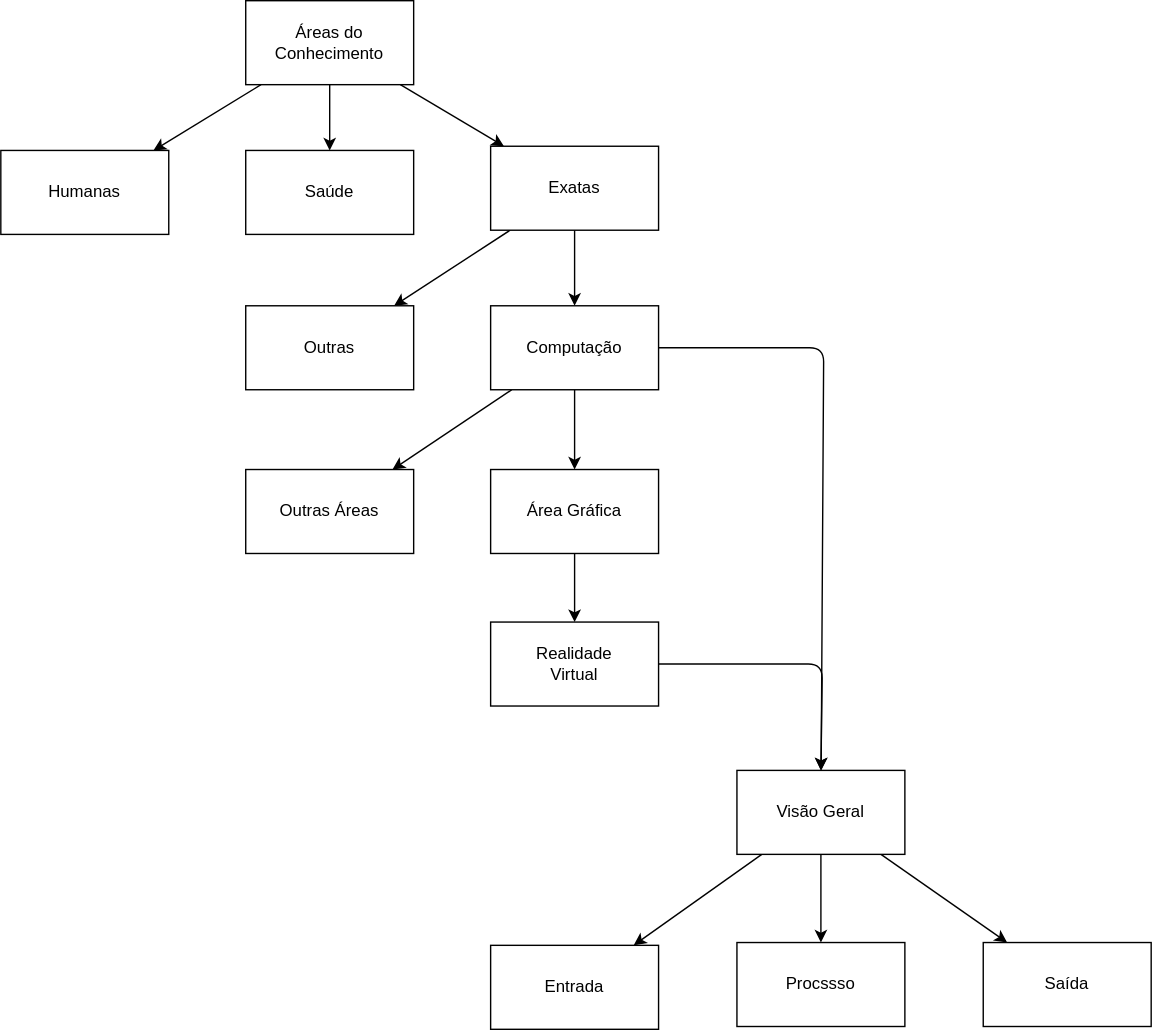
This is InteracaoMini/Mapa.drawio.svg from dalton-reis/cursoFFM, a draw.io export, as it was before one commit. Source tidied: cells renumbered, new cells last; positions are measured from the earlier drawing's top-left corner, leaving out a move shared by most shapes. Source of this version:
```xml
<mxGraphModel>
  <root>
    <mxCell id="0" />
    <mxCell id="1" parent="0" />
    <mxCell id="2" style="edgeStyle=none;html=1;" parent="1" edge="1" source="5" target="6">
      <mxGeometry relative="1" as="geometry" />
    </mxCell>
    <mxCell id="3" style="edgeStyle=none;html=1;" parent="1" edge="1" source="5" target="7">
      <mxGeometry relative="1" as="geometry" />
    </mxCell>
    <mxCell id="4" style="edgeStyle=none;html=1;" parent="1" edge="1" source="5" target="10">
      <mxGeometry relative="1" as="geometry" />
    </mxCell>
    <mxCell id="5" value="Áreas do&lt;br&gt;Conhecimento" style="whiteSpace=wrap;html=1;" parent="1" vertex="1">
      <mxGeometry x="175" width="120" height="60" as="geometry" />
    </mxCell>
    <mxCell id="6" value="Humanas" style="whiteSpace=wrap;html=1;" parent="1" vertex="1">
      <mxGeometry y="107" width="120" height="60" as="geometry" />
    </mxCell>
    <mxCell id="7" value="Saúde" style="whiteSpace=wrap;html=1;" parent="1" vertex="1">
      <mxGeometry x="175" y="107" width="120" height="60" as="geometry" />
    </mxCell>
    <mxCell id="8" style="edgeStyle=none;html=1;" parent="1" edge="1" source="10" target="14">
      <mxGeometry relative="1" as="geometry" />
    </mxCell>
    <mxCell id="9" style="edgeStyle=none;html=1;" parent="1" edge="1" source="10" target="15">
      <mxGeometry relative="1" as="geometry" />
    </mxCell>
    <mxCell id="10" value="Exatas" style="whiteSpace=wrap;html=1;" parent="1" vertex="1">
      <mxGeometry x="350" y="104" width="120" height="60" as="geometry" />
    </mxCell>
    <mxCell id="11" style="edgeStyle=none;html=1;" parent="1" edge="1" source="14" target="17">
      <mxGeometry relative="1" as="geometry" />
    </mxCell>
    <mxCell id="12" style="edgeStyle=none;html=1;" parent="1" edge="1" source="14" target="18">
      <mxGeometry relative="1" as="geometry" />
    </mxCell>
    <mxCell id="13" style="edgeStyle=none;html=1;exitX=1;exitY=0.5;exitDx=0;exitDy=0;" parent="1" edge="1" source="14" target="24">
      <mxGeometry relative="1" as="geometry">
        <Array as="points">
          <mxPoint x="588" y="248" />
        </Array>
      </mxGeometry>
    </mxCell>
    <mxCell id="14" value="Computação" style="whiteSpace=wrap;html=1;" parent="1" vertex="1">
      <mxGeometry x="350" y="218" width="120" height="60" as="geometry" />
    </mxCell>
    <mxCell id="15" value="Outras" style="whiteSpace=wrap;html=1;" parent="1" vertex="1">
      <mxGeometry x="175" y="218" width="120" height="60" as="geometry" />
    </mxCell>
    <mxCell id="16" style="edgeStyle=none;html=1;" parent="1" edge="1" source="17" target="20">
      <mxGeometry relative="1" as="geometry" />
    </mxCell>
    <mxCell id="17" value="Área Gráfica" style="whiteSpace=wrap;html=1;" parent="1" vertex="1">
      <mxGeometry x="350" y="335" width="120" height="60" as="geometry" />
    </mxCell>
    <mxCell id="18" value="Outras Áreas" style="whiteSpace=wrap;html=1;" parent="1" vertex="1">
      <mxGeometry x="175" y="335" width="120" height="60" as="geometry" />
    </mxCell>
    <mxCell id="19" style="edgeStyle=none;html=1;exitX=1;exitY=0.5;exitDx=0;exitDy=0;entryX=0.5;entryY=0;entryDx=0;entryDy=0;" parent="1" edge="1" source="20" target="24">
      <mxGeometry relative="1" as="geometry">
        <Array as="points">
          <mxPoint x="587" y="474" />
        </Array>
      </mxGeometry>
    </mxCell>
    <mxCell id="20" value="Realidade&lt;br&gt;Virtual" style="whiteSpace=wrap;html=1;" parent="1" vertex="1">
      <mxGeometry x="350" y="444" width="120" height="60" as="geometry" />
    </mxCell>
    <mxCell id="21" style="edgeStyle=none;html=1;" parent="1" edge="1" source="24" target="25">
      <mxGeometry relative="1" as="geometry" />
    </mxCell>
    <mxCell id="22" style="edgeStyle=none;html=1;" parent="1" edge="1" source="24" target="26">
      <mxGeometry relative="1" as="geometry" />
    </mxCell>
    <mxCell id="23" style="edgeStyle=none;html=1;" parent="1" edge="1" source="24" target="27">
      <mxGeometry relative="1" as="geometry" />
    </mxCell>
    <mxCell id="24" value="Visão Geral" style="whiteSpace=wrap;html=1;" parent="1" vertex="1">
      <mxGeometry x="526" y="550" width="120" height="60" as="geometry" />
    </mxCell>
    <mxCell id="25" value="Procssso" style="whiteSpace=wrap;html=1;" parent="1" vertex="1">
      <mxGeometry x="526" y="673" width="120" height="60" as="geometry" />
    </mxCell>
    <mxCell id="26" value="Entrada" style="whiteSpace=wrap;html=1;" parent="1" vertex="1">
      <mxGeometry x="350" y="675" width="120" height="60" as="geometry" />
    </mxCell>
    <mxCell id="27" value="Saída" style="whiteSpace=wrap;html=1;" parent="1" vertex="1">
      <mxGeometry x="702" y="673" width="120" height="60" as="geometry" />
    </mxCell>
  </root>
</mxGraphModel>
```
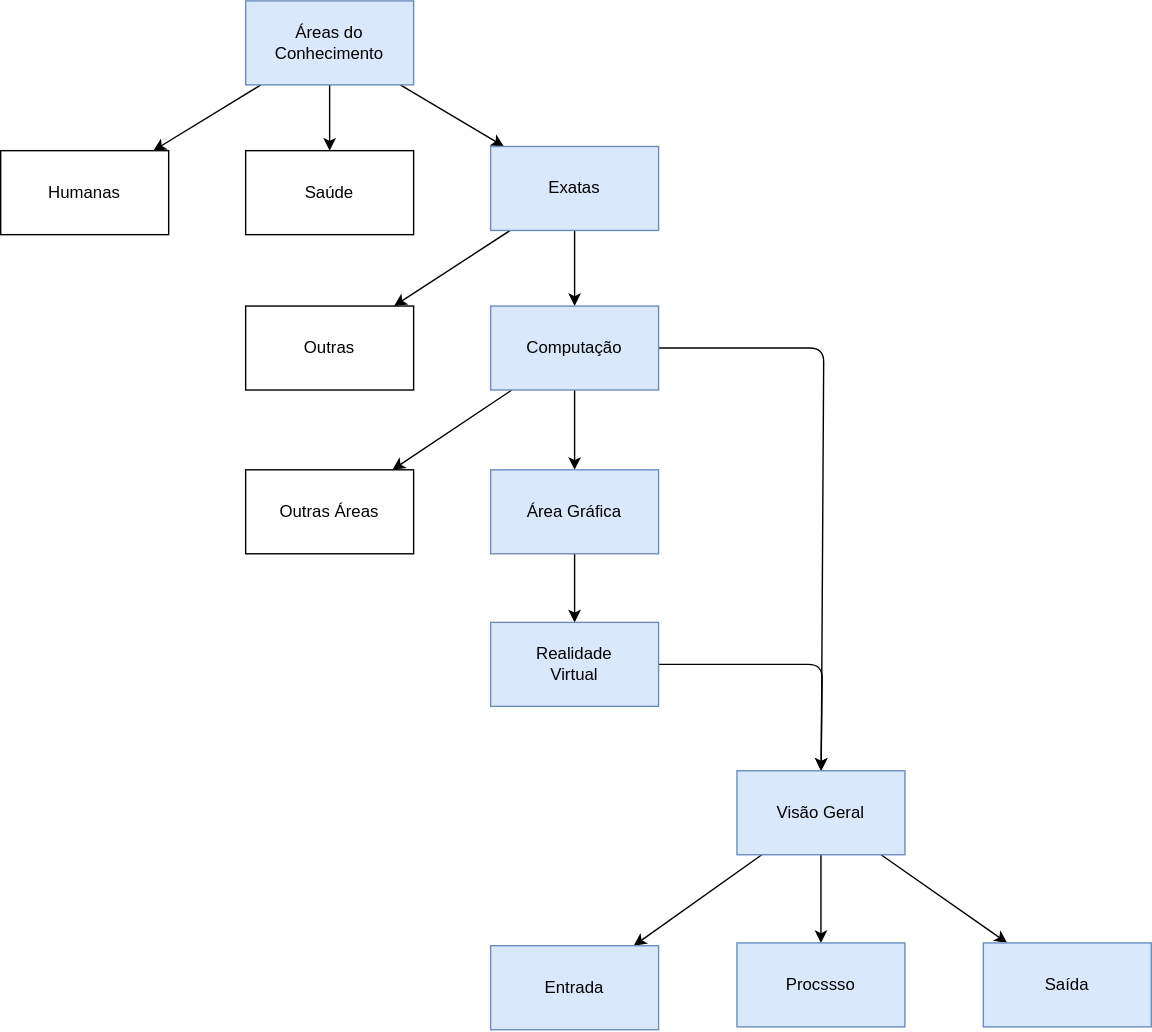
Later version of the same file.

What changed in the source:
```diff
@@ -11,7 +11,7 @@
     <mxCell id="4" style="edgeStyle=none;html=1;" parent="1" edge="1" source="5" target="10">
       <mxGeometry relative="1" as="geometry" />
     </mxCell>
-    <mxCell id="5" value="Áreas do&lt;br&gt;Conhecimento" style="whiteSpace=wrap;html=1;" parent="1" vertex="1">
+    <mxCell id="5" value="Áreas do&lt;br&gt;Conhecimento" style="whiteSpace=wrap;html=1;fillColor=#dae8fc;strokeColor=#6c8ebf;" parent="1" vertex="1">
       <mxGeometry x="175" width="120" height="60" as="geometry" />
     </mxCell>
     <mxCell id="6" value="Humanas" style="whiteSpace=wrap;html=1;" parent="1" vertex="1">
@@ -26,7 +26,7 @@
     <mxCell id="9" style="edgeStyle=none;html=1;" parent="1" edge="1" source="10" target="15">
       <mxGeometry relative="1" as="geometry" />
     </mxCell>
-    <mxCell id="10" value="Exatas" style="whiteSpace=wrap;html=1;" parent="1" vertex="1">
+    <mxCell id="10" value="Exatas" style="whiteSpace=wrap;html=1;fillColor=#dae8fc;strokeColor=#6c8ebf;" parent="1" vertex="1">
       <mxGeometry x="350" y="104" width="120" height="60" as="geometry" />
     </mxCell>
     <mxCell id="11" style="edgeStyle=none;html=1;" parent="1" edge="1" source="14" target="17">
@@ -42,7 +42,7 @@
         </Array>
       </mxGeometry>
     </mxCell>
-    <mxCell id="14" value="Computação" style="whiteSpace=wrap;html=1;" parent="1" vertex="1">
+    <mxCell id="14" value="Computação" style="whiteSpace=wrap;html=1;fillColor=#dae8fc;strokeColor=#6c8ebf;" parent="1" vertex="1">
       <mxGeometry x="350" y="218" width="120" height="60" as="geometry" />
     </mxCell>
     <mxCell id="15" value="Outras" style="whiteSpace=wrap;html=1;" parent="1" vertex="1">
@@ -51,7 +51,7 @@
     <mxCell id="16" style="edgeStyle=none;html=1;" parent="1" edge="1" source="17" target="20">
       <mxGeometry relative="1" as="geometry" />
     </mxCell>
-    <mxCell id="17" value="Área Gráfica" style="whiteSpace=wrap;html=1;" parent="1" vertex="1">
+    <mxCell id="17" value="Área Gráfica" style="whiteSpace=wrap;html=1;fillColor=#dae8fc;strokeColor=#6c8ebf;" parent="1" vertex="1">
       <mxGeometry x="350" y="335" width="120" height="60" as="geometry" />
     </mxCell>
     <mxCell id="18" value="Outras Áreas" style="whiteSpace=wrap;html=1;" parent="1" vertex="1">
@@ -64,7 +64,7 @@
         </Array>
       </mxGeometry>
     </mxCell>
-    <mxCell id="20" value="Realidade&lt;br&gt;Virtual" style="whiteSpace=wrap;html=1;" parent="1" vertex="1">
+    <mxCell id="20" value="Realidade&lt;br&gt;Virtual" style="whiteSpace=wrap;html=1;fillColor=#dae8fc;strokeColor=#6c8ebf;" parent="1" vertex="1">
       <mxGeometry x="350" y="444" width="120" height="60" as="geometry" />
     </mxCell>
     <mxCell id="21" style="edgeStyle=none;html=1;" parent="1" edge="1" source="24" target="25">
@@ -76,16 +76,16 @@
     <mxCell id="23" style="edgeStyle=none;html=1;" parent="1" edge="1" source="24" target="27">
       <mxGeometry relative="1" as="geometry" />
     </mxCell>
-    <mxCell id="24" value="Visão Geral" style="whiteSpace=wrap;html=1;" parent="1" vertex="1">
+    <mxCell id="24" value="Visão Geral" style="whiteSpace=wrap;html=1;fillColor=#dae8fc;strokeColor=#6c8ebf;" parent="1" vertex="1">
       <mxGeometry x="526" y="550" width="120" height="60" as="geometry" />
     </mxCell>
-    <mxCell id="25" value="Procssso" style="whiteSpace=wrap;html=1;" parent="1" vertex="1">
+    <mxCell id="25" value="Procssso" style="whiteSpace=wrap;html=1;fillColor=#dae8fc;strokeColor=#6c8ebf;" parent="1" vertex="1">
       <mxGeometry x="526" y="673" width="120" height="60" as="geometry" />
     </mxCell>
-    <mxCell id="26" value="Entrada" style="whiteSpace=wrap;html=1;" parent="1" vertex="1">
+    <mxCell id="26" value="Entrada" style="whiteSpace=wrap;html=1;fillColor=#dae8fc;strokeColor=#6c8ebf;" parent="1" vertex="1">
       <mxGeometry x="350" y="675" width="120" height="60" as="geometry" />
     </mxCell>
-    <mxCell id="27" value="Saída" style="whiteSpace=wrap;html=1;" parent="1" vertex="1">
+    <mxCell id="27" value="Saída" style="whiteSpace=wrap;html=1;fillColor=#dae8fc;strokeColor=#6c8ebf;" parent="1" vertex="1">
       <mxGeometry x="702" y="673" width="120" height="60" as="geometry" />
     </mxCell>
   </root>
```
